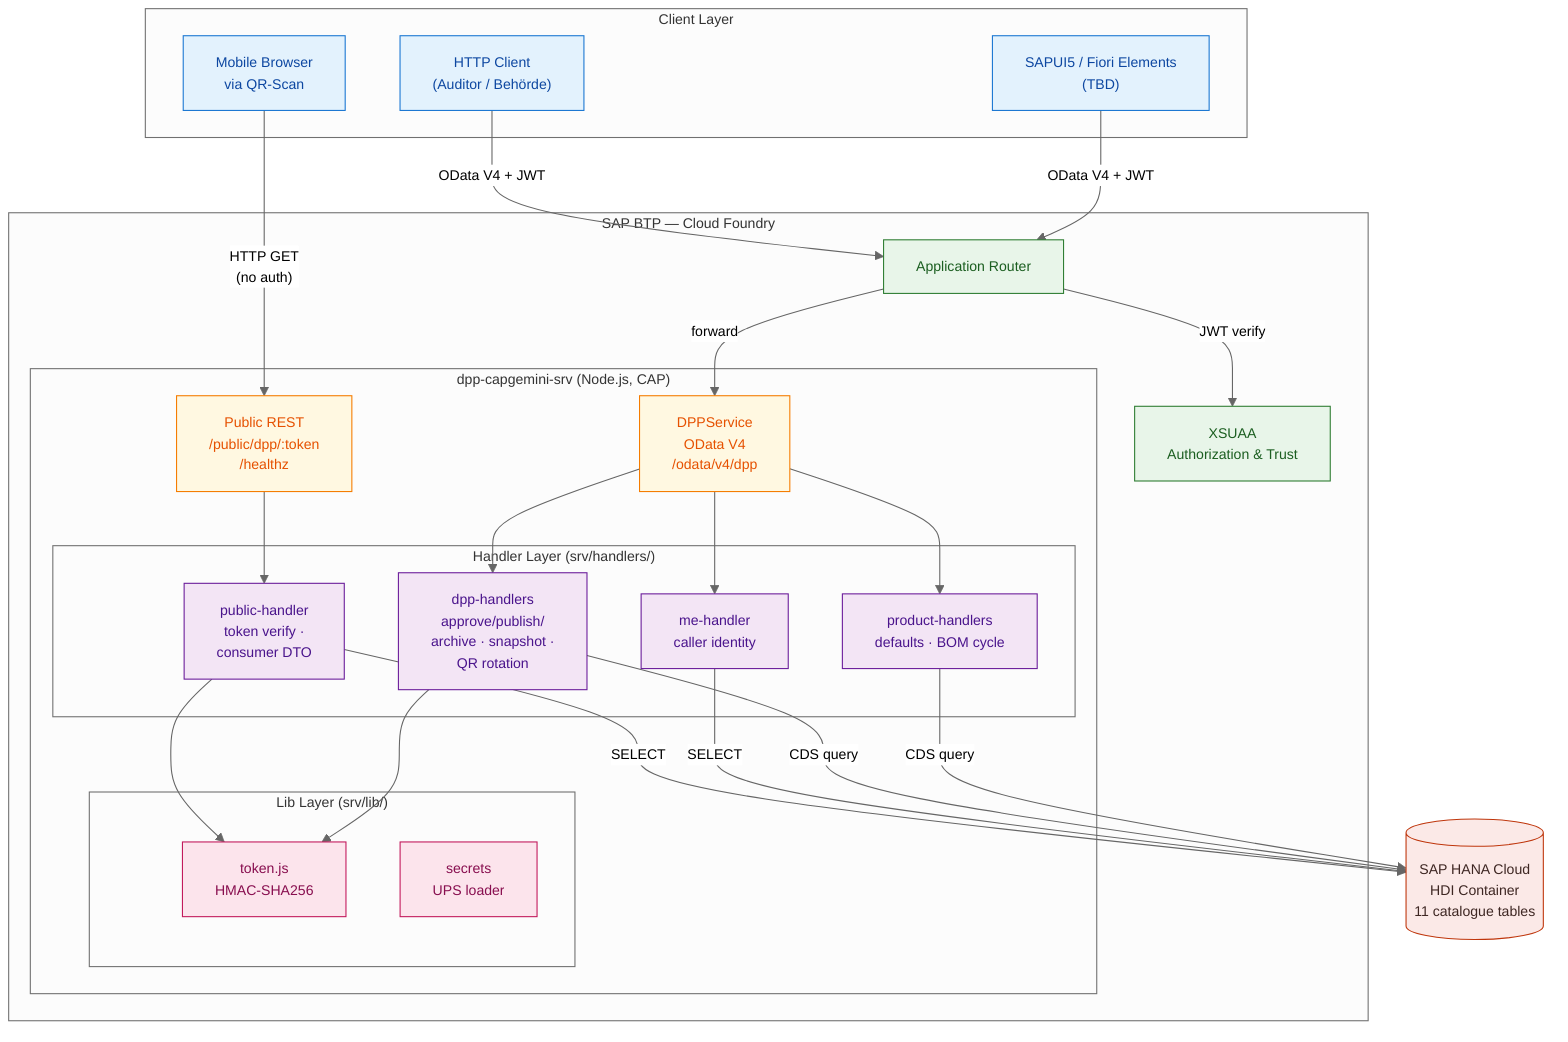
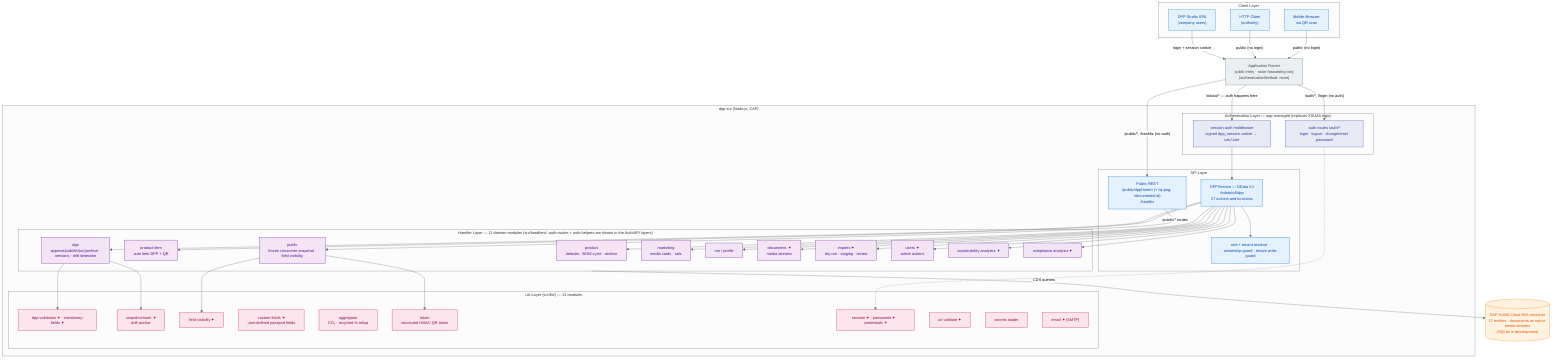
%%{init: {'theme':'neutral', 'themeVariables': { 'fontSize': '13px'}}}%%
graph TB
    classDef client     fill:#e3f2fd,stroke:#1976d2,color:#0d47a1
-     classDef btp        fill:#e8f5e9,stroke:#2e7d32,color:#1b5e20
-     classDef app        fill:#fff8e1,stroke:#f57c00,color:#e65100
+     classDef edge       fill:#eceff1,stroke:#607d8b,color:#37474f
+     classDef auth       fill:#e8eaf6,stroke:#3949ab,color:#283593
+     classDef app        fill:#e3f2fd,stroke:#0a6ed1,color:#0d47a1
    classDef handler    fill:#f3e5f5,stroke:#6a1b9a,color:#4a148c
    classDef lib        fill:#fce4ec,stroke:#c2185b,color:#880e4f
-     classDef db         fill:#fbe9e7,stroke:#bf360c,color:#3e2723
+     classDef db         fill:#fff3e0,stroke:#ff8200,color:#e65100

    %% ---------- Client Layer ----------
    subgraph CL["Client Layer"]
-         UI["SAPUI5 / Fiori Elements<br/>(TBD)"]
-         QR["Mobile Browser<br/>via QR-Scan"]
-         AUD["HTTP Client<br/>(Auditor / Behörde)"]
+         UI["DPP Studio SPA<br/>(company users)"]
+         QR["Mobile Browser<br/>via QR scan"]
+         AUD["HTTP Client<br/>(authority)"]
    end
    class UI,QR,AUD client

-     %% ---------- BTP Cloud Foundry ----------
-     subgraph CF["SAP BTP — Cloud Foundry"]
-         APPROUTER["Application Router"]
-         XSUAA["XSUAA<br/>Authorization & Trust"]
-         class APPROUTER,XSUAA btp
+     %% ---------- Edge ----------
+     APPROUTER["Application Router<br/>public entry · route forwarding only<br/>(authenticationMethod: none)"]
+     class APPROUTER edge

-         subgraph SRV["dpp-capgemini-srv (Node.js, CAP)"]
-             ODATA["DPPService<br/>OData V4<br/>/odata/v4/dpp"]
-             REST["Public REST<br/>/public/dpp/:token<br/>/healthz"]
-             class ODATA,REST app
+     %% ---------- CAP backend ----------
+     subgraph SRV["dpp-srv (Node.js, CAP)"]
+         subgraph AUTH["Authentication Layer — app-managed (replaces XSUAA login)"]
+             MW["session-auth middleware<br/>signed dpp_session cookie → cds.User"]
+             AR["auth routes /auth/*<br/>login · logout · change/reset password"]
+         end
+         class MW,AR auth

-             subgraph H["Handler Layer (srv/handlers/)"]
-                 PH["product-handlers<br/>defaults · BOM cycle"]
-                 DH["dpp-handlers<br/>approve/publish/<br/>archive · snapshot ·<br/>QR rotation"]
-                 MH["me-handler<br/>caller identity"]
-                 PUH["public-handler<br/>token verify ·<br/>consumer DTO"]
-             end
-             class PH,DH,MH,PUH handler
+         subgraph API["API Layer"]
+             ODATA["DPPService — OData V4<br/>/odata/v4/dpp<br/>27 actions and functions"]
+             REST["Public REST<br/>/public/dpp/:token (+ /qr.png, /documents/:id)<br/>/healthz"]
+             RBAC["role + tenant resolver ·<br/>ownership guard · tenant write-guard"]
+         end
+         class ODATA,REST,RBAC app

-             subgraph L["Lib Layer (srv/lib/)"]
-                 TOK["token.js<br/>HMAC-SHA256"]
-                 SEC["secrets<br/>UPS loader"]
-             end
-             class TOK,SEC lib
+         subgraph H["Handler Layer — 11 domain modules (srv/handlers/; auth-routes + auth-helpers are shown in the Auth/API layers)"]
+             PH["product<br/>defaults · BOM cycle · archive"]
+             IH["product-item<br/>auto item DPP + QR"]
+             DH["dpp<br/>approve/publish/(un)archive ·<br/>versions · drift detection"]
+             PUH["public<br/>frozen consumer snapshot ·<br/>field visibility"]
+             MKH["marketing<br/>media cards · rails"]
+             MEH["me / profile"]
+             DOH["documents ✦<br/>media streams"]
+             IMH["imports ✦<br/>dry-run · staging · review"]
+             USH["users ✦<br/>admin actions"]
+             SAH["sustainability analytics ✦"]
+             CAH["compliance analytics ✦"]
        end
+         class PH,IH,DH,PUH,MKH,MEH,DOH,IMH,USH,SAH,CAH handler
+ 
+         subgraph L["Lib Layer (srv/lib/) — 13 modules"]
+             VAL["dpp-validation ✦ · mandatory-fields ✦"]
+             HASH["snapshot-hash ✦<br/>drift anchor"]
+             VIS["field-visibility ✦"]
+             CF["custom-fields ✦<br/>user-defined passport fields"]
+             AGG["aggregator<br/>CO₂ · recycled % rollup"]
+             TOK["token<br/>structured HMAC QR token"]
+             SESS["session ✦ · passwords ✦ · credentials ✦"]
+             URLV["url-validate ✦"]
+             SEC["secrets loader"]
+             MAIL["email ✦ (SMTP)"]
+         end
+         class VAL,HASH,VIS,CF,AGG,TOK,SESS,URLV,SEC,MAIL lib
    end

    %% ---------- Persistence ----------
-     HANA[("SAP HANA Cloud<br/>HDI Container<br/>11 catalogue tables")]
+     HANA[("SAP HANA Cloud HDI container<br/>17 entities · documents as native media streams<br/>(SQLite in development)")]
    class HANA db

    %% ---------- Flows ----------
-     UI -->|"OData V4 + JWT"| APPROUTER
-     AUD -->|"OData V4 + JWT"| APPROUTER
-     QR -->|"HTTP GET<br/>(no auth)"| REST
-     APPROUTER -->|"JWT verify"| XSUAA
-     APPROUTER -->|"forward"| ODATA
+     UI  -->|"login + session cookie"| APPROUTER
+     AUD -->|"public (no login)"| APPROUTER
+     QR  -->|"public (no login)"| APPROUTER
+     APPROUTER -->|"/odata/* — auth happens here"| MW
+     APPROUTER -->|"/public/*, /healthz (no auth)"| REST
+     APPROUTER -->|"/auth/*, /login (no auth)"| AR
+     MW --> ODATA
+     AR -.-> SESS
+     ODATA --> RBAC
+     REST -->|"/public/* routes"| PUH

    ODATA --> PH
+     ODATA --> IH
    ODATA --> DH
-     ODATA --> MH
-     REST  --> PUH
+     ODATA --> MKH
+     ODATA --> MEH
+     ODATA --> DOH
+     ODATA --> IMH
+     ODATA --> USH
+     ODATA --> SAH
+     ODATA --> CAH

-     DH  --> TOK
+     DH  --> HASH
+     DH  --> VAL
    PUH --> TOK
+     PUH --> VIS

-     PH  -->|"CDS query"| HANA
-     DH  -->|"CDS query"| HANA
-     MH  -->|"SELECT"| HANA
-     PUH -->|"SELECT"| HANA
+     H -->|"CDS queries"| HANA
+ 
+     %% ✦ = added since MidTerm (11 Jun 2026)
